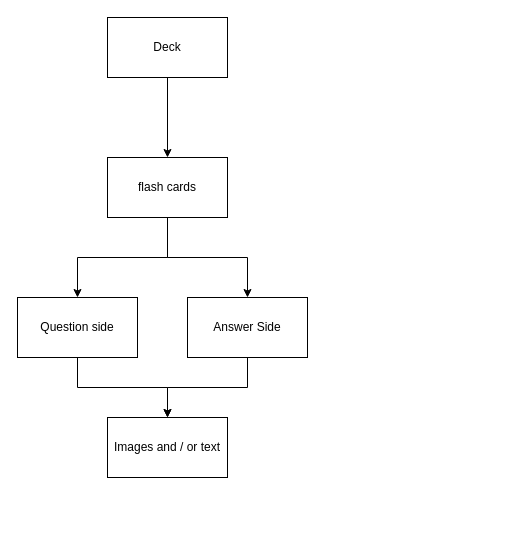
This is Untitled Diagram.drawio from adriengou/flash-cards, a draw.io file, before an edit. Source tidied: cells renumbered, new cells numbered last; positions are measured from the earlier drawing's top-left corner, leaving out a move shared by most shapes. Both pictures are drawn from the tidied source at 100%, with x=0, y=0 at pixel (17, 17).
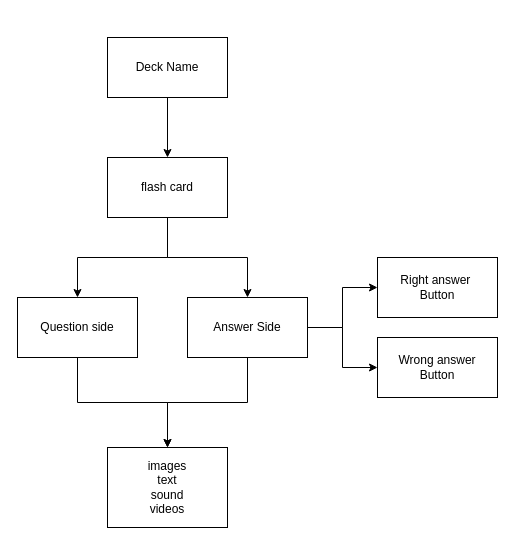
The same diagram, later.

What changed in the source:
```diff
@@
 <mxGraphModel>
   <root>
     <mxCell id="0" />
     <mxCell id="1" parent="0" />
     <mxCell id="2" style="edgeStyle=orthogonalEdgeStyle;rounded=0;jettySize=auto;html=1;" parent="1" edge="1" source="4" target="6">
       <mxGeometry relative="1" as="geometry" />
     </mxCell>
     <mxCell id="3" style="edgeStyle=orthogonalEdgeStyle;rounded=0;jettySize=auto;html=1;" parent="1" edge="1" source="4" target="8">
       <mxGeometry relative="1" as="geometry" />
     </mxCell>
-    <mxCell id="4" value="flash cards" style="rounded=0;whiteSpace=wrap;html=1;" parent="1" vertex="1">
+    <mxCell id="4" value="flash card" style="rounded=0;whiteSpace=wrap;html=1;" parent="1" vertex="1">
       <mxGeometry x="90" y="140" width="120" height="60" as="geometry" />
     </mxCell>
     <mxCell id="5" style="edgeStyle=orthogonalEdgeStyle;rounded=0;jettySize=auto;html=1;" parent="1" edge="1" source="6" target="9">
       <mxGeometry relative="1" as="geometry" />
     </mxCell>
     <mxCell id="6" value="Question side" style="whiteSpace=wrap;html=1;rounded=0;" parent="1" vertex="1">
       <mxGeometry y="280" width="120" height="60" as="geometry" />
     </mxCell>
     <mxCell id="7" style="edgeStyle=orthogonalEdgeStyle;rounded=0;jettySize=auto;html=1;entryX=0.5;entryY=0;entryDx=0;entryDy=0;" parent="1" edge="1" source="8" target="9">
       <mxGeometry relative="1" as="geometry" />
     </mxCell>
+    <mxCell id="12" style="edgeStyle=orthogonalEdgeStyle;rounded=0;jettySize=auto;html=1;" parent="1" edge="1" source="8" target="14">
+      <mxGeometry relative="1" as="geometry" />
+    </mxCell>
+    <mxCell id="13" style="edgeStyle=orthogonalEdgeStyle;rounded=0;jettySize=auto;html=1;" parent="1" edge="1" source="8" target="15">
+      <mxGeometry relative="1" as="geometry" />
+    </mxCell>
     <mxCell id="8" value="Answer Side" style="whiteSpace=wrap;html=1;rounded=0;" parent="1" vertex="1">
       <mxGeometry x="170" y="280" width="120" height="60" as="geometry" />
     </mxCell>
-    <mxCell id="9" value="Images and / or text" style="whiteSpace=wrap;html=1;rounded=0;" parent="1" vertex="1">
-      <mxGeometry x="90" y="400" width="120" height="60" as="geometry" />
+    <mxCell id="9" value="images&lt;br&gt;text&lt;br&gt;sound&lt;br&gt;videos" style="whiteSpace=wrap;html=1;rounded=0;" parent="1" vertex="1">
+      <mxGeometry x="90" y="430" width="120" height="80" as="geometry" />
     </mxCell>
-    <mxCell id="10" style="edgeStyle=orthogonalEdgeStyle;rounded=0;jettySize=auto;html=1;entryX=0.5;entryY=0;entryDx=0;entryDy=0;" parent="1" edge="1" source="11" target="4">
-      <mxGeometry relative="1" as="geometry" />
-    </mxCell>
-    <mxCell id="11" value="Deck" style="rounded=0;whiteSpace=wrap;html=1;" parent="1" vertex="1">
-      <mxGeometry x="90" width="120" height="60" as="geometry" />
-    </mxCell>
+    <mxCell id="14" value="Right answer&amp;nbsp;&lt;br&gt;Button" style="whiteSpace=wrap;html=1;rounded=0;" parent="1" vertex="1">
+      <mxGeometry x="360" y="240" width="120" height="60" as="geometry" />
+    </mxCell>
+    <mxCell id="15" value="Wrong answer&lt;br&gt;Button" style="whiteSpace=wrap;html=1;rounded=0;" parent="1" vertex="1">
+      <mxGeometry x="360" y="320" width="120" height="60" as="geometry" />
+    </mxCell>
+    <mxCell id="16" style="edgeStyle=orthogonalEdgeStyle;rounded=0;jettySize=auto;html=1;" parent="1" edge="1" source="17" target="4">
+      <mxGeometry relative="1" as="geometry" />
+    </mxCell>
+    <mxCell id="17" value="Deck Name" style="rounded=0;whiteSpace=wrap;html=1;" parent="1" vertex="1">
+      <mxGeometry x="90" y="20" width="120" height="60" as="geometry" />
+    </mxCell>
   </root>
 </mxGraphModel>
```
